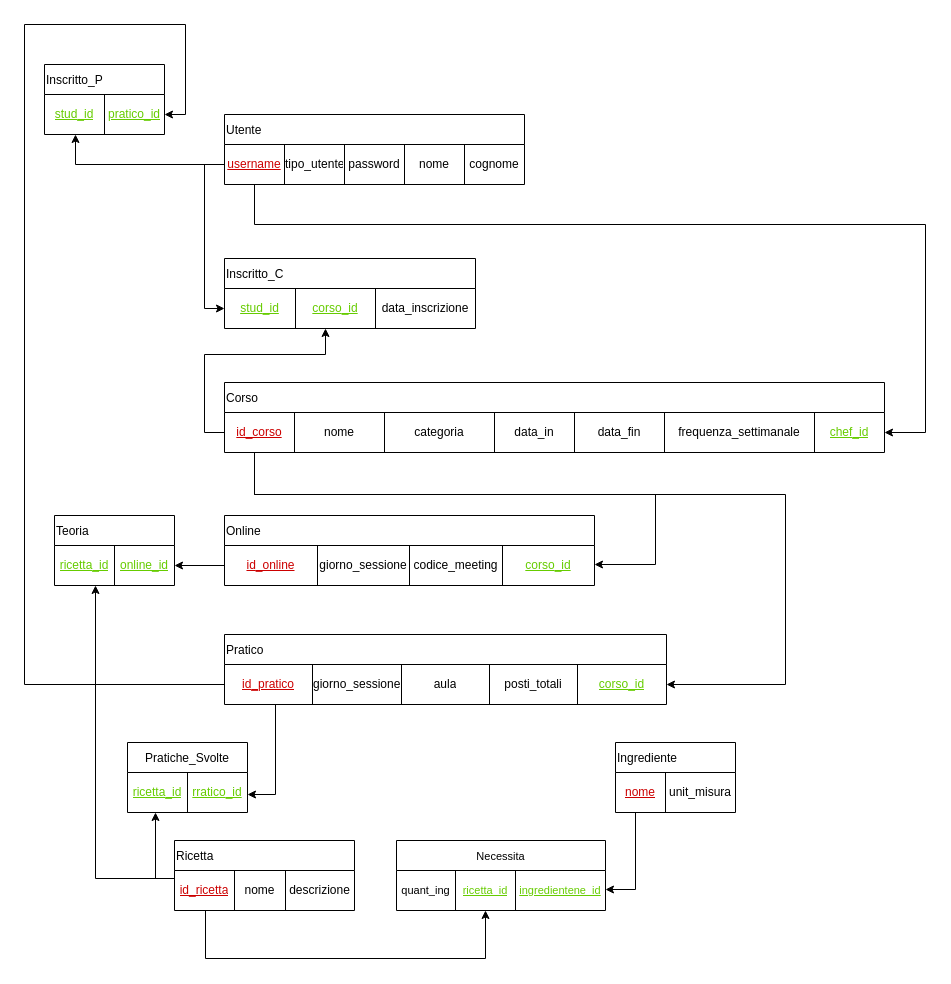
Before: page "Schema logico" (4 of 4) of bdd/uml/UML1.drawio in MetisWastaken/UninaFoodLab, a draw.io diagram. Source tidied: cells renumbered, new cells numbered last; positions are measured from the earlier drawing's top-left corner, leaving out a move shared by most shapes. Both pictures are drawn from the tidied source at 100%, with x=0, y=0 at pixel (24, 24).
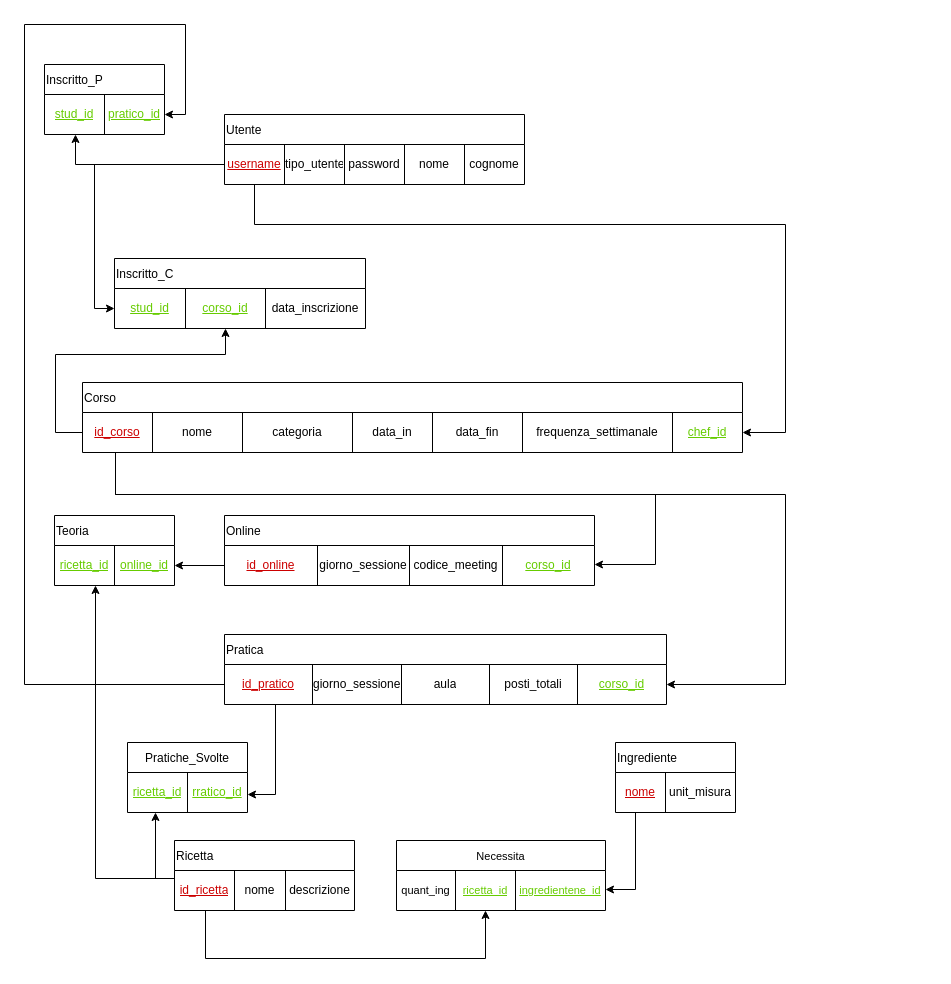
The same page after the edit.

The change refers to these unchanged cells:
```xml
<mxCell id="3" style="shape=tableRow;horizontal=0;startSize=0;swimlaneHead=0;swimlaneBody=0;strokeColor=inherit;top=0;left=0;bottom=0;right=0;fillColor=none;points=[[0,0.5],[1,0.5]];portConstraint=eastwest;" parent="2" vertex="1">
  <mxGeometry y="30" width="300" height="40" as="geometry" />
</mxCell>
<mxCell id="10" style="shape=tableRow;horizontal=0;startSize=0;swimlaneHead=0;swimlaneBody=0;strokeColor=inherit;top=0;left=0;bottom=0;right=0;fillColor=none;points=[[0,0.5],[1,0.5]];portConstraint=eastwest;" parent="9" vertex="1">
  <mxGeometry y="30" width="660" height="40" as="geometry" />
</mxCell>
<mxCell id="19" style="shape=tableRow;horizontal=0;startSize=0;swimlaneHead=0;swimlaneBody=0;strokeColor=inherit;top=0;left=0;bottom=0;right=0;fillColor=none;points=[[0,0.5],[1,0.5]];portConstraint=eastwest;" parent="18" vertex="1">
  <mxGeometry y="30" width="251" height="40" as="geometry" />
</mxCell>
<mxCell id="33" style="shape=tableRow;horizontal=0;startSize=0;swimlaneHead=0;swimlaneBody=0;strokeColor=inherit;top=0;left=0;bottom=0;right=0;fillColor=none;points=[[0,0.5],[1,0.5]];portConstraint=eastwest;" parent="32" vertex="1">
  <mxGeometry y="30" width="442" height="40" as="geometry" />
</mxCell>
<mxCell id="40" style="shape=tableRow;horizontal=0;startSize=0;swimlaneHead=0;swimlaneBody=0;strokeColor=inherit;top=0;left=0;bottom=0;right=0;fillColor=none;points=[[0,0.5],[1,0.5]];portConstraint=eastwest;" parent="39" vertex="1">
  <mxGeometry y="30" width="370" height="40" as="geometry" />
</mxCell>
```

Change to the diagram source:
```diff
@@
     <mxCell id="9" value="Corso" style="shape=table;startSize=30;childLayout=tableLayout;align=left;" parent="1" vertex="1">
-      <mxGeometry x="200" y="358" width="660" height="70" as="geometry" />
+      <mxGeometry x="58" y="358" width="660" height="70" as="geometry" />
     </mxCell>
@@
     <mxCell id="18" value="Inscritto_C" style="shape=table;startSize=30;childLayout=tableLayout;align=left;" parent="1" vertex="1">
-      <mxGeometry x="200" y="234" width="251" height="70" as="geometry" />
+      <mxGeometry x="90" y="234" width="251" height="70" as="geometry" />
     </mxCell>
@@
-    <mxCell id="32" value="Pratico" style="shape=table;startSize=30;childLayout=tableLayout;align=left;" parent="1" vertex="1">
+    <mxCell id="32" value="Pratica" style="shape=table;startSize=30;childLayout=tableLayout;align=left;" parent="1" vertex="1">
       <mxGeometry x="200" y="610" width="442" height="70" as="geometry" />
     </mxCell>
@@
     <mxCell id="55" style="edgeStyle=orthogonalEdgeStyle;rounded=0;jettySize=auto;html=1;entryX=0;entryY=0.5;entryDx=0;entryDy=0;endArrow=none;endFill=0;startArrow=classic;startFill=1;" parent="1" edge="1" source="19" target="10">
       <mxGeometry relative="1" as="geometry">
         <Array as="points">
-          <mxPoint x="301" y="330" />
-          <mxPoint x="180" y="330" />
-          <mxPoint x="180" y="408" />
+          <mxPoint x="201" y="330" />
+          <mxPoint x="31" y="330" />
+          <mxPoint x="31" y="408" />
         </Array>
       </mxGeometry>
     </mxCell>
     <mxCell id="56" style="edgeStyle=orthogonalEdgeStyle;rounded=0;jettySize=auto;html=1;entryX=1;entryY=0.5;entryDx=0;entryDy=0;" parent="1" edge="1" source="3" target="10">
       <mxGeometry relative="1" as="geometry">
         <Array as="points">
           <mxPoint x="230" y="200" />
-          <mxPoint x="901" y="200" />
-          <mxPoint x="901" y="408" />
+          <mxPoint x="761" y="200" />
+          <mxPoint x="761" y="408" />
         </Array>
       </mxGeometry>
     </mxCell>
     <mxCell id="57" style="edgeStyle=orthogonalEdgeStyle;rounded=0;jettySize=auto;html=1;entryX=1;entryY=0.5;entryDx=0;entryDy=0;" parent="1" edge="1" source="10" target="33">
       <mxGeometry relative="1" as="geometry">
         <Array as="points">
-          <mxPoint x="230" y="470" />
+          <mxPoint x="91" y="470" />
           <mxPoint x="761" y="470" />
           <mxPoint x="761" y="660" />
         </Array>
       </mxGeometry>
     </mxCell>
     <mxCell id="58" style="edgeStyle=orthogonalEdgeStyle;rounded=0;jettySize=auto;html=1;" parent="1" edge="1" source="10" target="40">
       <mxGeometry relative="1" as="geometry">
         <Array as="points">
-          <mxPoint x="230" y="470" />
+          <mxPoint x="91" y="470" />
           <mxPoint x="631" y="470" />
           <mxPoint x="631" y="540" />
         </Array>
       </mxGeometry>
     </mxCell>
```
